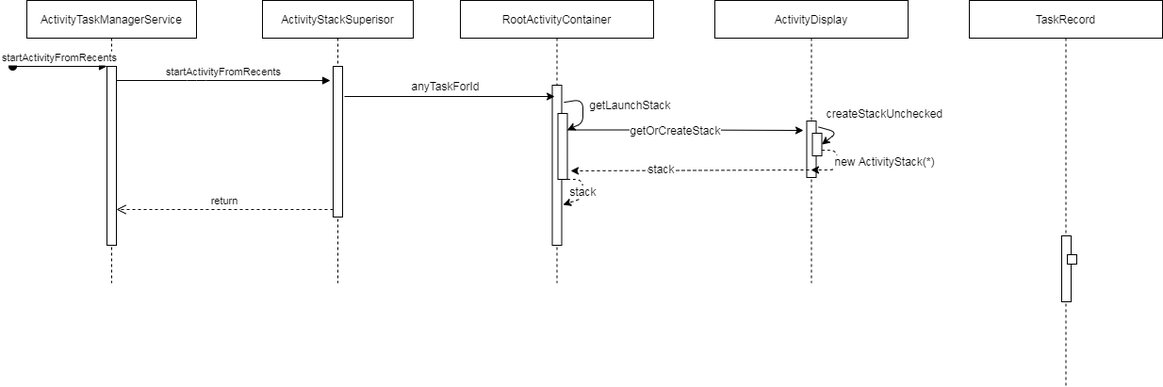
The draw.io diagram diagrams/SplitScreen.png in DrMoring/drawing, before a commit. Source tidied: cells renumbered, new cells last; positions are measured from the earlier drawing's top-left corner, leaving out a move shared by most shapes.
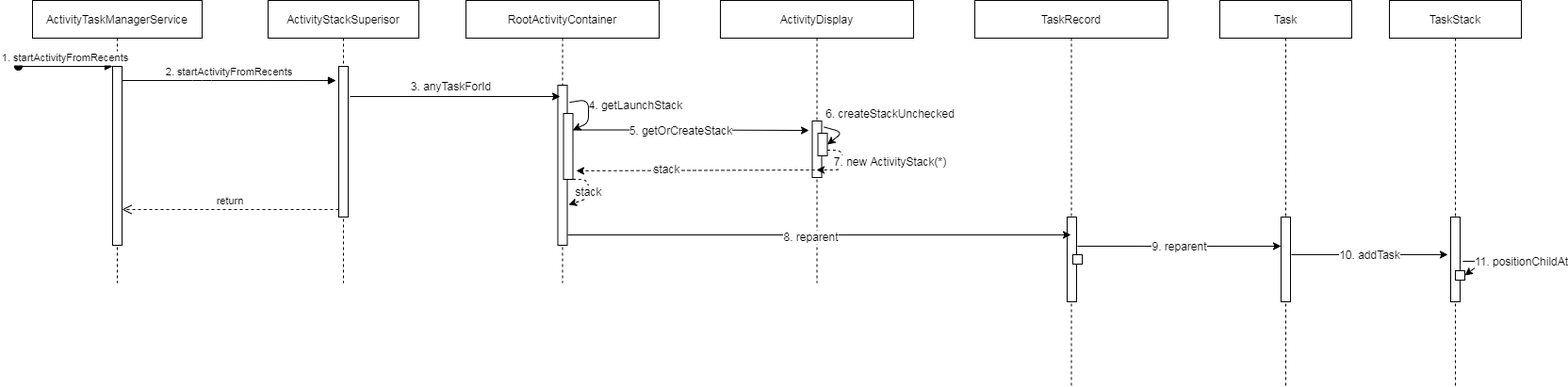
Above is the later version.

The edit, as a diff of the source:
```diff
@@ -8,7 +8,7 @@
     <mxCell id="3" style="points=[];perimeter=orthogonalPerimeter;rounded=0;shadow=0;strokeWidth=1;" parent="2" vertex="1">
       <mxGeometry x="85" y="70" width="10" height="190" as="geometry" />
     </mxCell>
-    <mxCell id="4" value="startActivityFromRecents" style="verticalAlign=bottom;startArrow=oval;endArrow=block;startSize=8;shadow=0;strokeWidth=1;" parent="2" edge="1" target="3">
+    <mxCell id="4" value="1. startActivityFromRecents" style="verticalAlign=bottom;startArrow=oval;endArrow=block;startSize=8;shadow=0;strokeWidth=1;" parent="2" edge="1" target="3">
       <mxGeometry relative="1" as="geometry">
         <mxPoint x="-15" y="70" as="sourcePoint" />
       </mxGeometry>
@@ -22,7 +22,7 @@
     <mxCell id="7" value="return" style="verticalAlign=bottom;endArrow=open;dashed=1;endSize=8;exitX=0;exitY=0.95;shadow=0;strokeWidth=1;" parent="1" edge="1" source="6" target="3">
       <mxGeometry relative="1" as="geometry" />
     </mxCell>
-    <mxCell id="8" value="startActivityFromRecents" style="verticalAlign=bottom;endArrow=block;entryX=-0.3;entryY=0.094;shadow=0;strokeWidth=1;entryDx=0;entryDy=0;entryPerimeter=0;" parent="1" edge="1" source="3" target="6">
+    <mxCell id="8" value="2. startActivityFromRecents" style="verticalAlign=bottom;endArrow=block;entryX=-0.3;entryY=0.094;shadow=0;strokeWidth=1;entryDx=0;entryDy=0;entryPerimeter=0;" parent="1" edge="1" source="3" target="6">
       <mxGeometry relative="1" as="geometry">
         <Array as="points">
           <mxPoint x="195" y="85" />
@@ -38,7 +38,7 @@
     <mxCell id="11" style="rounded=0;whiteSpace=wrap;html=1;" parent="9" vertex="1">
       <mxGeometry x="103.5" y="120" width="10" height="70" as="geometry" />
     </mxCell>
-    <mxCell id="12" value="getLaunchStack" style="endArrow=classic;html=1;exitX=1.25;exitY=0.107;exitDx=0;exitDy=0;exitPerimeter=0;entryX=1;entryY=0.25;entryDx=0;entryDy=0;" parent="9" edge="1" source="10" target="11">
+    <mxCell id="12" value="4. getLaunchStack" style="endArrow=classic;html=1;exitX=1.25;exitY=0.107;exitDx=0;exitDy=0;exitPerimeter=0;entryX=1;entryY=0.25;entryDx=0;entryDy=0;" parent="9" edge="1" source="10" target="11">
       <mxGeometry x="-0.19" y="50" relative="1" as="geometry">
         <Array as="points">
           <mxPoint x="130" y="105" />
@@ -60,7 +60,7 @@
         <mxPoint x="575" y="102" as="targetPoint" />
       </mxGeometry>
     </mxCell>
-    <mxCell id="15" value="anyTaskForId" style="edgeLabel;html=1;align=center;verticalAlign=middle;" parent="14" vertex="1">
+    <mxCell id="15" value="3. anyTaskForId" style="edgeLabel;html=1;align=center;verticalAlign=middle;" parent="14" vertex="1">
       <mxGeometry x="-0.15" y="1" relative="1" as="geometry">
         <mxPoint x="11" y="-11" as="offset" />
       </mxGeometry>
@@ -74,7 +74,7 @@
     <mxCell id="18" style="rounded=0;whiteSpace=wrap;html=1;" parent="16" vertex="1">
       <mxGeometry x="103.5" y="141" width="10" height="24" as="geometry" />
     </mxCell>
-    <mxCell id="19" value="createStackUnchecked" style="endArrow=classic;html=1;exitX=1.25;exitY=0.107;exitDx=0;exitDy=0;exitPerimeter=0;entryX=1;entryY=0.5;entryDx=0;entryDy=0;" parent="16" edge="1" source="17" target="18">
+    <mxCell id="19" value="6. createStackUnchecked" style="endArrow=classic;html=1;exitX=1.25;exitY=0.107;exitDx=0;exitDy=0;exitPerimeter=0;entryX=1;entryY=0.5;entryDx=0;entryDy=0;" parent="16" edge="1" source="17" target="18">
       <mxGeometry x="-0.01" y="54" relative="1" as="geometry">
         <Array as="points">
           <mxPoint x="130" y="140" />
@@ -82,7 +82,7 @@
         <mxPoint x="17" y="-63" as="offset" />
       </mxGeometry>
     </mxCell>
-    <mxCell id="20" value="new ActivityStack(*)" style="endArrow=classic;html=1;exitX=1;exitY=0.75;exitDx=0;exitDy=0;dashed=1;" parent="16" edge="1" source="18" target="16">
+    <mxCell id="20" value="7. new ActivityStack(*)" style="endArrow=classic;html=1;exitX=1;exitY=0.75;exitDx=0;exitDy=0;dashed=1;" parent="16" edge="1" source="18" target="16">
       <mxGeometry x="-0.16" y="50" relative="1" as="geometry">
         <Array as="points">
           <mxPoint x="130" y="159" />
@@ -93,7 +93,7 @@
     <mxCell id="21" style="edgeStyle=orthogonalEdgeStyle;rounded=0;jettySize=auto;html=1;exitX=1;exitY=0.25;exitDx=0;exitDy=0;entryX=-0.35;entryY=0.167;entryDx=0;entryDy=0;entryPerimeter=0;" parent="1" edge="1" source="11" target="17">
       <mxGeometry relative="1" as="geometry" />
     </mxCell>
-    <mxCell id="22" value="getOrCreateStack" style="edgeLabel;html=1;align=center;verticalAlign=middle;" parent="21" vertex="1">
+    <mxCell id="22" value="5. getOrCreateStack" style="edgeLabel;html=1;align=center;verticalAlign=middle;" parent="21" vertex="1">
       <mxGeometry x="-0.1" relative="1" as="geometry">
         <mxPoint x="1" as="offset" />
       </mxGeometry>
@@ -110,10 +110,47 @@
       <mxGeometry x="1015" width="205" height="410" as="geometry" />
     </mxCell>
     <mxCell id="26" style="perimeter=orthogonalPerimeter;rounded=0;shadow=0;strokeWidth=1;" parent="25" vertex="1">
-      <mxGeometry x="98" y="250" width="10" height="70" as="geometry" />
+      <mxGeometry x="98" y="230" width="10" height="90" as="geometry" />
     </mxCell>
     <mxCell id="27" style="rounded=0;whiteSpace=wrap;html=1;" parent="25" vertex="1">
       <mxGeometry x="104" y="270" width="10" height="10" as="geometry" />
     </mxCell>
+    <mxCell id="28" style="endArrow=classic;html=1;exitX=1.05;exitY=0.935;exitDx=0;exitDy=0;exitPerimeter=0;" parent="1" edge="1" source="10" target="25">
+      <mxGeometry relative="1" as="geometry" />
+    </mxCell>
+    <mxCell id="29" value="8. reparent" style="edgeLabel;html=1;align=center;verticalAlign=middle;" parent="28" vertex="1">
+      <mxGeometry x="-0.04" y="-2" relative="1" as="geometry" />
+    </mxCell>
+    <mxCell id="30" value="Task" style="shape=umlLifeline;perimeter=lifelinePerimeter;rounded=0;shadow=0;strokeWidth=1;" parent="1" vertex="1">
+      <mxGeometry x="1275" width="140" height="410" as="geometry" />
+    </mxCell>
+    <mxCell id="31" style="points=[];perimeter=orthogonalPerimeter;rounded=0;shadow=0;strokeWidth=1;" parent="30" vertex="1">
+      <mxGeometry x="65" y="230" width="10" height="90" as="geometry" />
+    </mxCell>
+    <mxCell id="32" value="9. reparent" style="endArrow=classic;html=1;exitX=1.1;exitY=0.333;exitDx=0;exitDy=0;exitPerimeter=0;entryX=0;entryY=0.344;entryDx=0;entryDy=0;entryPerimeter=0;" parent="1" edge="1" target="31">
+      <mxGeometry relative="1" as="geometry">
+        <mxPoint x="1124" y="261" as="sourcePoint" />
+      </mxGeometry>
+    </mxCell>
+    <mxCell id="33" value="TaskStack" style="shape=umlLifeline;perimeter=lifelinePerimeter;rounded=0;shadow=0;strokeWidth=1;" parent="1" vertex="1">
+      <mxGeometry x="1455" width="140" height="410" as="geometry" />
+    </mxCell>
+    <mxCell id="34" style="points=[];perimeter=orthogonalPerimeter;rounded=0;shadow=0;strokeWidth=1;" parent="33" vertex="1">
+      <mxGeometry x="65" y="230" width="10" height="90" as="geometry" />
+    </mxCell>
+    <mxCell id="35" value="10. addTask" style="endArrow=classic;html=1;exitX=1.1;exitY=0.444;exitDx=0;exitDy=0;exitPerimeter=0;entryX=-0.3;entryY=0.444;entryDx=0;entryDy=0;entryPerimeter=0;" parent="1" edge="1" source="31" target="34">
+      <mxGeometry relative="1" as="geometry" />
+    </mxCell>
+    <mxCell id="36" style="rounded=0;whiteSpace=wrap;html=1;" parent="1" vertex="1">
+      <mxGeometry x="1525" y="287" width="10" height="10" as="geometry" />
+    </mxCell>
+    <mxCell id="37" value="11. positionChildAt" style="endArrow=classic;html=1;exitX=1.3;exitY=0.522;exitDx=0;exitDy=0;exitPerimeter=0;entryX=1;entryY=0.5;entryDx=0;entryDy=0;" parent="1" edge="1" source="34" target="36">
+      <mxGeometry x="-0.06" y="40" relative="1" as="geometry">
+        <Array as="points">
+          <mxPoint x="1555" y="277" />
+        </Array>
+        <mxPoint x="16" y="-32" as="offset" />
+      </mxGeometry>
+    </mxCell>
   </root>
 </mxGraphModel>
```
